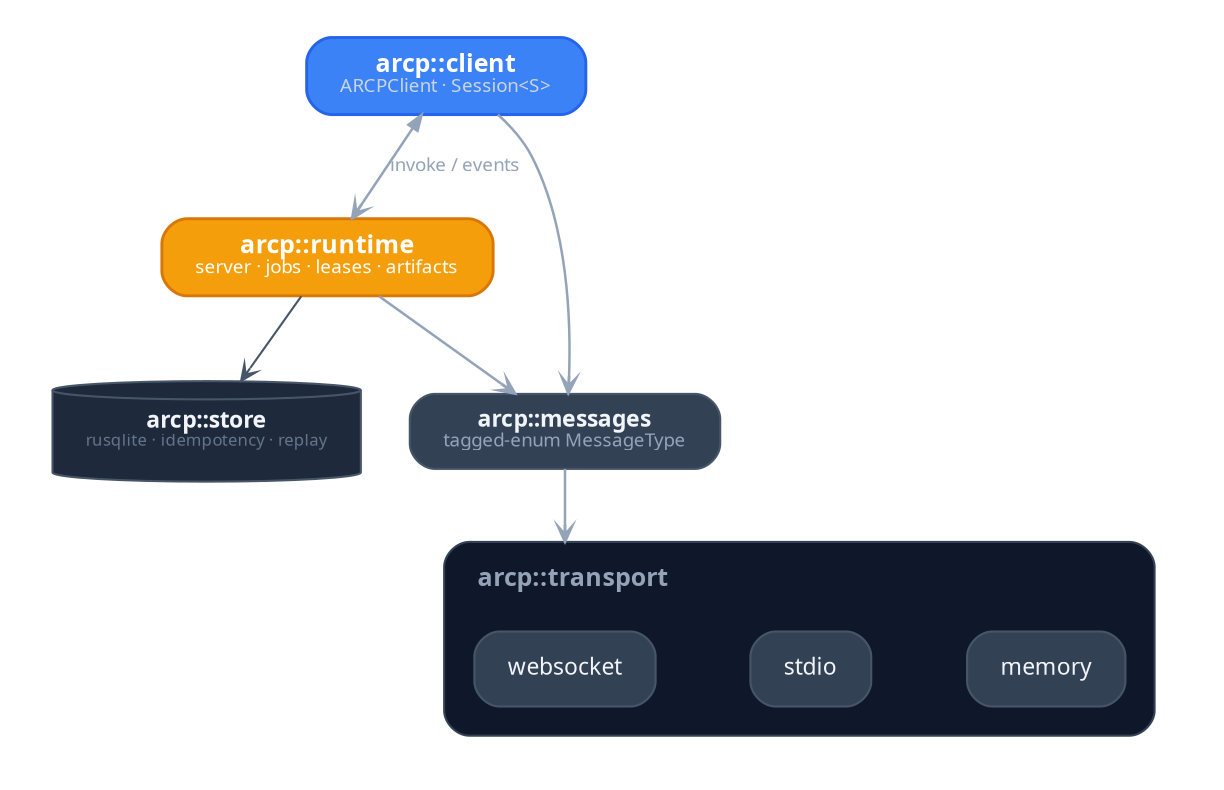
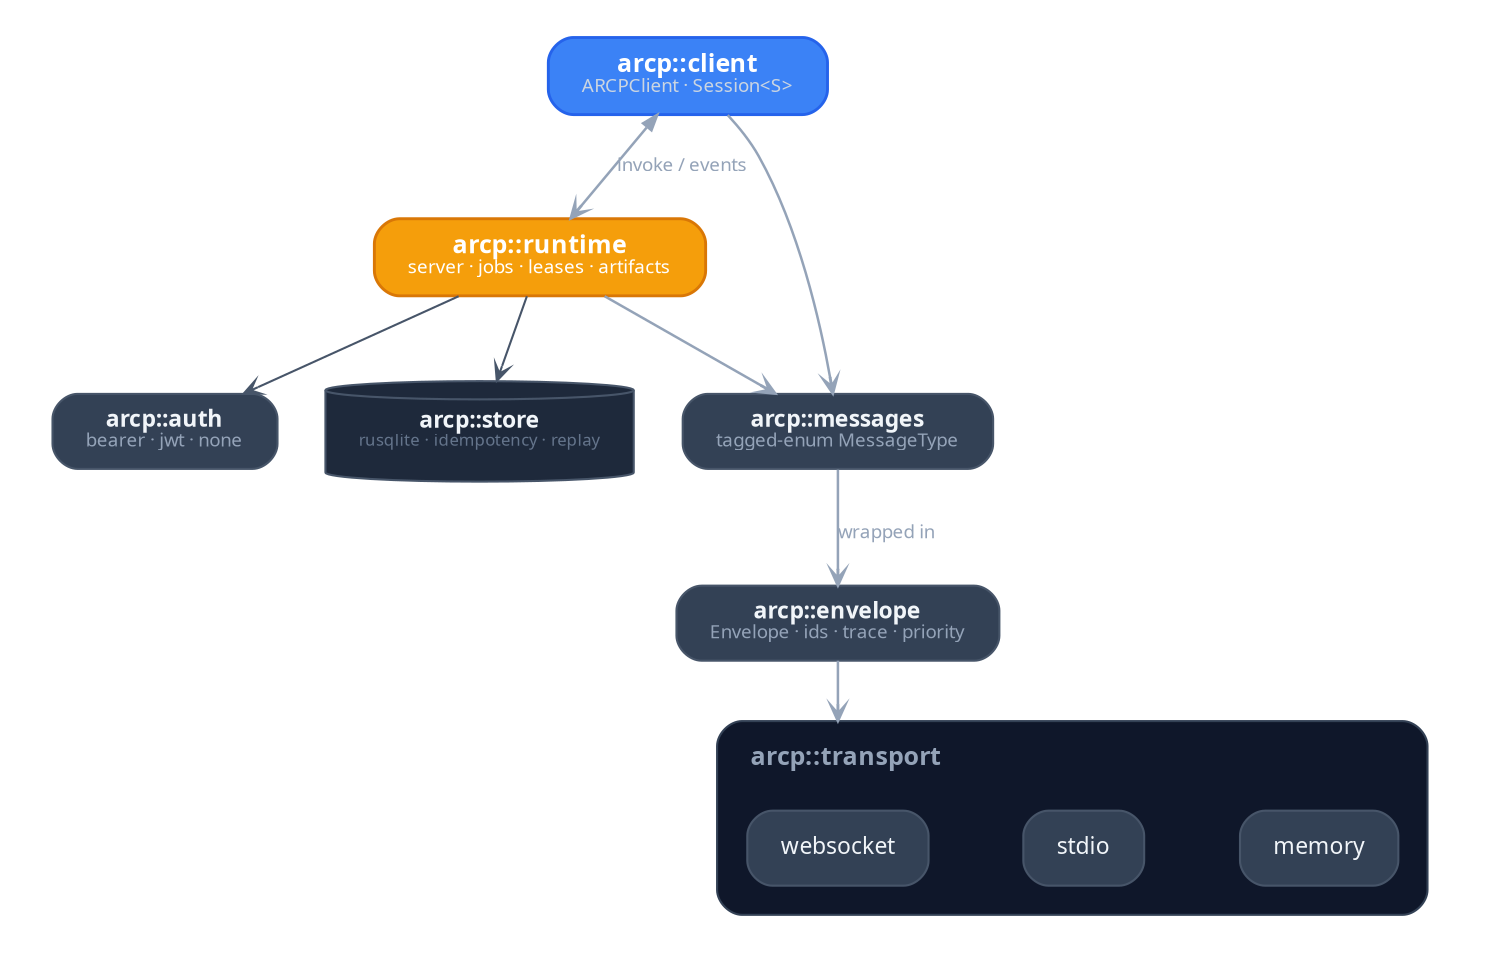
// ARCP Rust SDK crate architecture (dark)
digraph RustSdkArchitecture {
  rankdir=TB; bgcolor="transparent"; compound=true; fontname="TT Commons Pro Trial";
  splines=spline; nodesep=0.32; ranksep=0.55; pad="0.35,0.25";

  node [shape=box, style="rounded,filled", fillcolor="#334155", color="#475569",
        fontname="TT Commons Pro Trial", fontsize=11, fontcolor="#F1F5F9",
        margin="0.22,0.11", penwidth=1.0];
  edge [fontname="TT Commons Pro Trial", fontsize=9, fontcolor="#94A3B8", color="#64748B",
        penwidth=1.1, arrowsize=0.75, arrowhead=vee];

  Client [
    label=<<FONT POINT-SIZE="12"><B>arcp::client</B></FONT><BR/><FONT POINT-SIZE="9" COLOR="#CBD5E1">ARCPClient · Session&lt;S&gt;</FONT>>,
    fillcolor="#3B82F6", color="#2563EB", fontcolor="white", penwidth=1.4
  ];

  Runtime [
    label=<<FONT POINT-SIZE="12"><B>arcp::runtime</B></FONT><BR/><FONT POINT-SIZE="9" COLOR="white">server · jobs · leases · artifacts</FONT>>,
    fillcolor="#F59E0B", color="#D97706", fontcolor="white", penwidth=1.4
  ];

  Messages [
    label=<<FONT POINT-SIZE="11"><B>arcp::messages</B></FONT><BR/><FONT POINT-SIZE="9" COLOR="#94A3B8">tagged-enum MessageType</FONT>>
+   ];
+ 
+   Envelope [
+     label=<<FONT POINT-SIZE="11"><B>arcp::envelope</B></FONT><BR/><FONT POINT-SIZE="9" COLOR="#94A3B8">Envelope · ids · trace · priority</FONT>>
+   ];
+ 
+   Auth [
+     label=<<FONT POINT-SIZE="11"><B>arcp::auth</B></FONT><BR/><FONT POINT-SIZE="9" COLOR="#94A3B8">bearer · jwt · none</FONT>>
  ];

  subgraph cluster_transport {
    label=<<TABLE BORDER="0" CELLBORDER="0" CELLPADDING="0" CELLSPACING="0"><TR><TD COLSPAN="3" HEIGHT="8"></TD></TR><TR><TD WIDTH="8"></TD><TD><FONT POINT-SIZE="12"><B>arcp::transport</B></FONT></TD><TD WIDTH="8"></TD></TR></TABLE>>;
    style="rounded,filled";
    fillcolor="#0F172A"; color="#334155";
    fontname="TT Commons Pro Trial"; fontcolor="#94A3B8";
    margin=14; labeljust=l; penwidth=1.0;

    Ws     [label="websocket"];
    Stdio  [label="stdio"];
    Memory [label="memory"];

    Ws -> Stdio -> Memory [style=invis];
    { rank=same; Ws; Stdio; Memory; }
  }

  Store [
    label=<<FONT POINT-SIZE="11"><B>arcp::store</B></FONT><BR/><FONT POINT-SIZE="8" COLOR="#64748B">rusqlite · idempotency · replay</FONT>>,
    shape=cylinder, fillcolor="#1E293B"
  ];

  edge [color="#94A3B8", penwidth=1.2];
  Client   -> Runtime  [dir=both, label="invoke / events"];
  Client   -> Messages;
  Runtime  -> Messages;
-   Messages -> Ws       [lhead=cluster_transport];
+   Messages -> Envelope [label="wrapped in"];
+   Envelope -> Ws       [lhead=cluster_transport];

  edge [color="#475569", penwidth=1.0];
+   Runtime -> Auth;
  Runtime -> Store;
}
